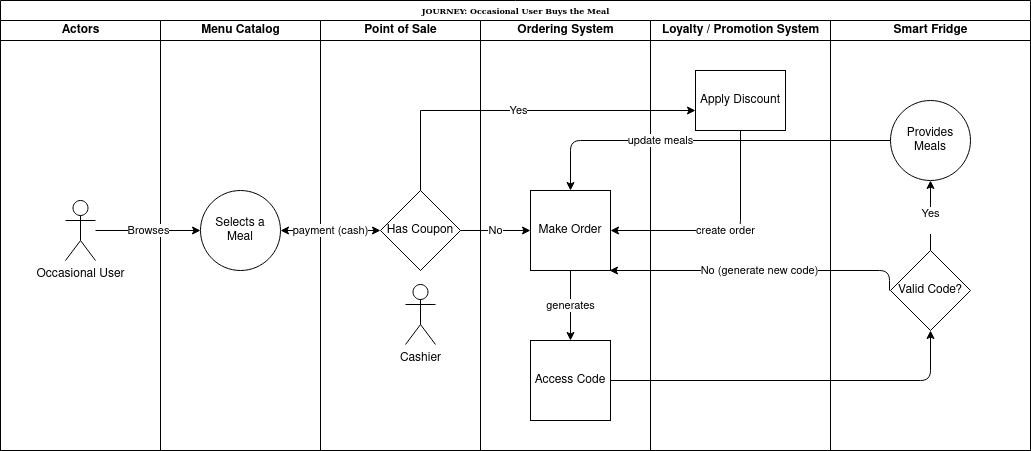
Above: img/user journey/Ocasional User.png in ldynia/archcolider (draw.io), before the change. Source tidied: cells renumbered, new cells last; positions are measured from the earlier drawing's top-left corner, leaving out a move shared by most shapes.
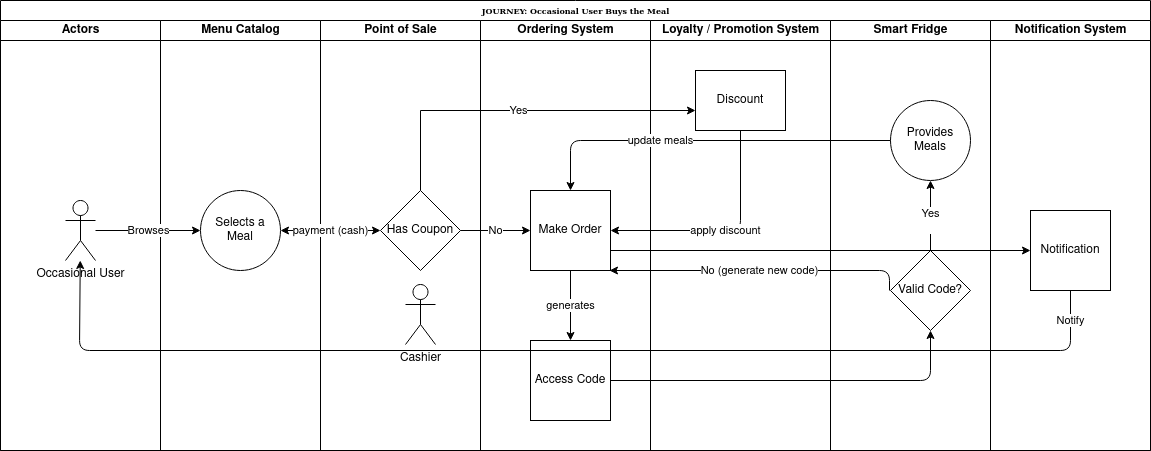
After the change.

Diff of the diagram source:
```diff
@@ -3,7 +3,7 @@
     <mxCell id="0" />
     <mxCell id="1" parent="0" />
     <mxCell id="2" value="JOURNEY: Occasional User Buys the Meal" style="swimlane;html=1;startSize=20;rounded=0;shadow=0;labelBackgroundColor=none;strokeWidth=1;fontFamily=Verdana;fontSize=8;align=center;" parent="1" vertex="1">
-      <mxGeometry width="1030" height="450" as="geometry" />
+      <mxGeometry width="1150" height="450" as="geometry" />
     </mxCell>
     <mxCell id="3" value="&lt;div&gt;Actors&lt;/div&gt;" style="swimlane;html=1;startSize=20;" parent="2" vertex="1">
       <mxGeometry y="20" width="160" height="430" as="geometry" />
@@ -47,11 +47,11 @@
     <mxCell id="16" value="Loyalty / Promotion System" style="swimlane;html=1;startSize=20;" parent="2" vertex="1">
       <mxGeometry x="650" y="20" width="180" height="430" as="geometry" />
     </mxCell>
-    <mxCell id="17" value="&lt;div&gt;Apply Discount&lt;/div&gt;" style="whiteSpace=wrap;html=1;" parent="16" vertex="1">
+    <mxCell id="17" value="&lt;div&gt;Discount&lt;/div&gt;" style="whiteSpace=wrap;html=1;" parent="16" vertex="1">
       <mxGeometry x="45" y="50" width="90" height="60" as="geometry" />
     </mxCell>
     <mxCell id="18" value="Smart Fridge" style="swimlane;html=1;startSize=20;" parent="2" vertex="1">
-      <mxGeometry x="830" y="20" width="200" height="430" as="geometry" />
+      <mxGeometry x="830" y="20" width="160" height="430" as="geometry" />
     </mxCell>
     <mxCell id="19" value="Valid Code?" style="rhombus;whiteSpace=wrap;html=1;" parent="18" vertex="1">
       <mxGeometry x="60" y="230" width="80" height="80" as="geometry" />
@@ -82,7 +82,7 @@
         </Array>
       </mxGeometry>
     </mxCell>
-    <mxCell id="25" value="create order" style="endArrow=classic;html=1;entryX=1;entryY=0.5;entryDx=0;entryDy=0;exitX=0.5;exitY=1;exitDx=0;exitDy=0;" parent="2" edge="1" source="17" target="11">
+    <mxCell id="25" value="&lt;div&gt;apply discount&lt;/div&gt;" style="endArrow=classic;html=1;entryX=1;entryY=0.5;entryDx=0;entryDy=0;exitX=0.5;exitY=1;exitDx=0;exitDy=0;" parent="2" edge="1" source="17" target="11">
       <mxGeometry relative="1" as="geometry">
         <Array as="points">
           <mxPoint x="740" y="230" />
@@ -105,5 +105,22 @@
         </Array>
       </mxGeometry>
     </mxCell>
+    <mxCell id="28" value="Notification System" style="swimlane;html=1;startSize=20;" parent="2" vertex="1">
+      <mxGeometry x="990" y="20" width="160" height="430" as="geometry" />
+    </mxCell>
+    <mxCell id="29" value="Notification" style="whiteSpace=wrap;html=1;" parent="28" vertex="1">
+      <mxGeometry x="40" y="190" width="80" height="80" as="geometry" />
+    </mxCell>
+    <mxCell id="30" style="endArrow=classic;html=1;exitX=1;exitY=0.75;exitDx=0;exitDy=0;" parent="2" edge="1" source="11" target="29">
+      <mxGeometry relative="1" as="geometry" />
+    </mxCell>
+    <mxCell id="31" value="&lt;div&gt;Notify&lt;/div&gt;" style="endArrow=classic;html=1;exitX=0.5;exitY=1;exitDx=0;exitDy=0;" parent="2" edge="1" source="29" target="4">
+      <mxGeometry x="-0.95" relative="1" as="geometry">
+        <Array as="points">
+          <mxPoint x="1070" y="350" />
+          <mxPoint x="79" y="350" />
+        </Array>
+      </mxGeometry>
+    </mxCell>
   </root>
 </mxGraphModel>
```
